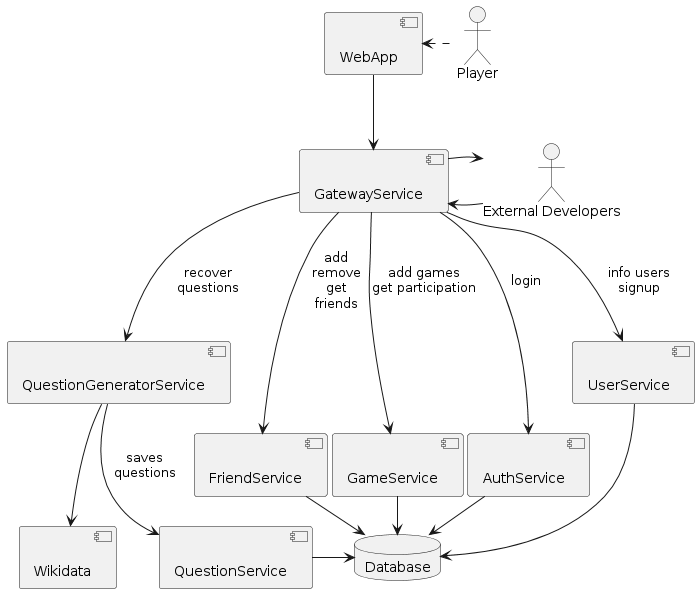
Before: images/context.png, a diagram exported from PlantUML (Arquisoft/wiq_es3b).
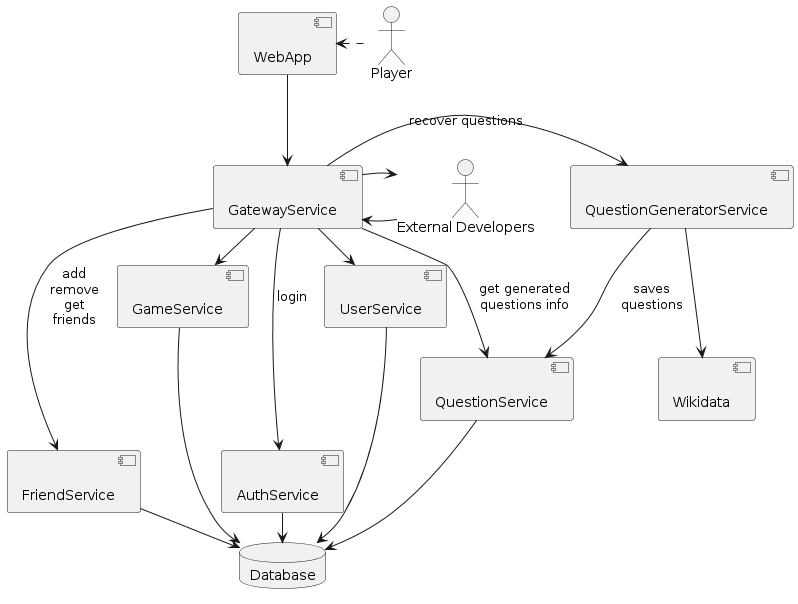
After the commit.

Change to the diagram source:
```diff
@@ -52,15 +52,16 @@
 
 user .left.> WebApp
 WebApp --> GatewayService
-GatewayService --> UserService : info users\nsignup
-GatewayService --> AuthService : login
-GatewayService --> GameService : add games\nget participation
+GatewayService -> UserService : info users\nsignup
+GatewayService -> AuthService : login
+GatewayService -> GameService : add games\nget participation
 GatewayService --> FriendService : add\nremove\nget\nfriends
-GatewayService --> QuestionGeneratorService : recover\nquestions
+GatewayService --right--> QuestionGeneratorService : recover questions
+GatewayService -> QuestionService: get generated\nquestions info
 QuestionGeneratorService --> WikiData
 QuestionGeneratorService --> QuestionService : saves\nquestions
 
-Database <-left- QuestionService
+Database <-up- QuestionService
 Database <-left- UserService
 Database <-left- AuthService
 Database <-left- GameService
```
